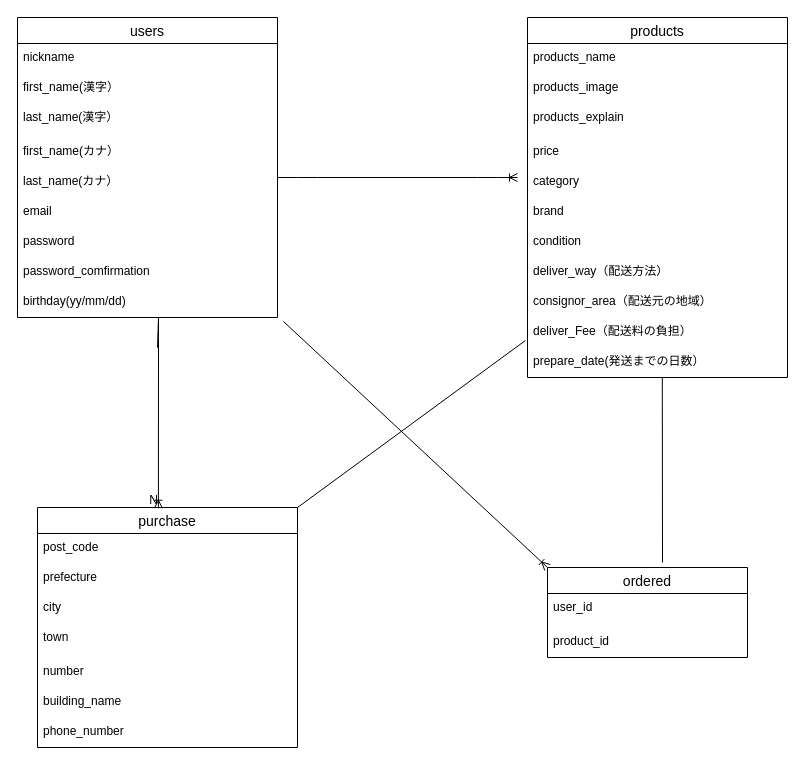
This is er.dio from ryo-yamane/furima-34536, a draw.io file, before an edit. Source tidied: cells renumbered, new cells numbered last; positions are measured from the earlier drawing's top-left corner, leaving out a move shared by most shapes. Both pictures are drawn from the tidied source at 100%, with x=0, y=0 at pixel (17, 17).
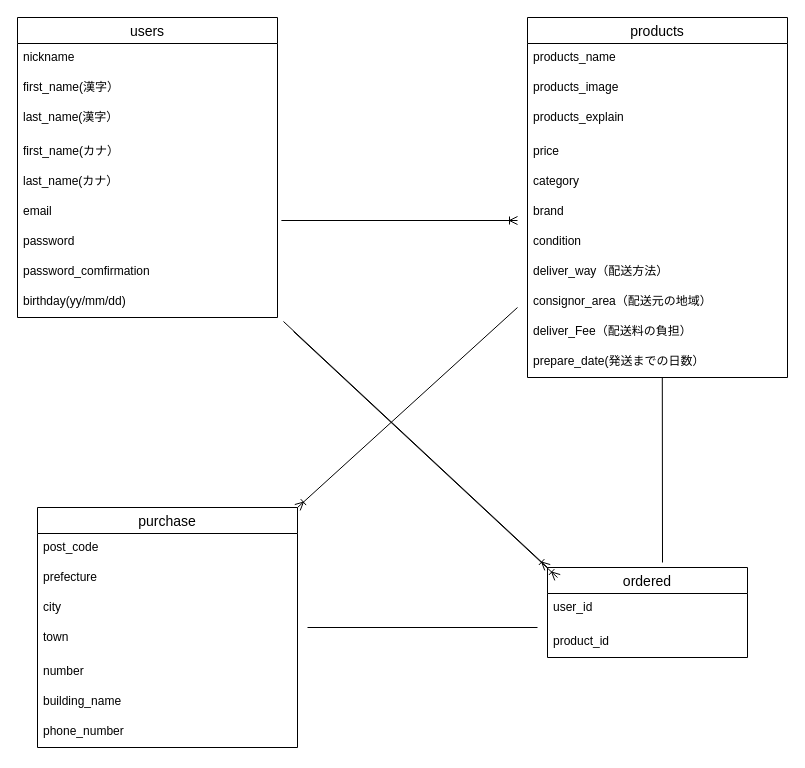
The same diagram, later.

Unchanged cells that the change refers to:
```xml
<mxCell id="8" value="email" style="text;strokeColor=none;fillColor=none;spacingLeft=4;spacingRight=4;overflow=hidden;points=[[0,0.5],[1,0.5]];portConstraint=eastwest;fontSize=12;" parent="2" vertex="1">
  <mxGeometry y="180" width="260" height="30" as="geometry" />
</mxCell>
<mxCell id="22" value="deliver_Fee（配送料の負担）" style="text;strokeColor=none;fillColor=none;spacingLeft=4;spacingRight=4;overflow=hidden;points=[[0,0.5],[1,0.5]];portConstraint=eastwest;fontSize=12;" parent="12" vertex="1">
  <mxGeometry y="300" width="260" height="30" as="geometry" />
</mxCell>
<mxCell id="24" value="purchase" style="swimlane;fontStyle=0;horizontal=1;startSize=26;align=center;fontSize=14;" parent="1" vertex="1">
  <mxGeometry x="20" y="490" width="260" height="240" as="geometry" />
</mxCell>
```

What changed in the source:
```diff
@@
-    <mxCell id="32" style="edgeStyle=entityRelationEdgeStyle;fontSize=12;html=1;endArrow=ERoneToMany;" parent="1" edge="1">
-      <mxGeometry relative="1" as="geometry">
-        <mxPoint x="260" y="160" as="sourcePoint" />
-        <mxPoint x="500" y="160" as="targetPoint" />
-      </mxGeometry>
-    </mxCell>
@@
-    <mxCell id="36" style="endArrow=ERoneToMany;html=1;rounded=0;endFill=0;entryX=0.465;entryY=0.003;entryDx=0;entryDy=0;entryPerimeter=0;" parent="1" edge="1" target="24">
-      <mxGeometry relative="1" as="geometry">
-        <mxPoint x="140" y="330" as="sourcePoint" />
-        <Array as="points">
-          <mxPoint x="141" y="300" />
-          <mxPoint x="141" y="320" />
-        </Array>
-      </mxGeometry>
-    </mxCell>
-    <mxCell id="37" value="N" style="html=1;align=right;verticalAlign=bottom;" parent="36" vertex="1">
-      <mxGeometry x="1" relative="1" as="geometry" />
-    </mxCell>
@@
-    <mxCell id="39" style="endArrow=none;html=1;rounded=0;entryX=1;entryY=0;entryDx=0;entryDy=0;exitX=-0.008;exitY=0.767;exitDx=0;exitDy=0;exitPerimeter=0;" parent="1" edge="1" source="22" target="24">
-      <mxGeometry relative="1" as="geometry" />
-    </mxCell>
@@
+    <mxCell id="41" style="endArrow=none;html=1;rounded=0;" parent="1" edge="1">
+      <mxGeometry relative="1" as="geometry">
+        <mxPoint x="520" y="610" as="sourcePoint" />
+        <mxPoint x="290" y="610" as="targetPoint" />
+      </mxGeometry>
+    </mxCell>
+    <mxCell id="42" style="endArrow=ERoneToMany;html=1;rounded=0;entryX=0;entryY=0;entryDx=0;entryDy=0;exitX=1.023;exitY=1.133;exitDx=0;exitDy=0;exitPerimeter=0;endFill=0;" parent="1" edge="1">
+      <mxGeometry relative="1" as="geometry">
+        <mxPoint x="276" y="314" as="sourcePoint" />
+        <mxPoint x="540" y="560" as="targetPoint" />
+      </mxGeometry>
+    </mxCell>
+    <mxCell id="43" style="endArrow=ERoneToMany;html=1;rounded=0;exitX=1.015;exitY=0.767;exitDx=0;exitDy=0;exitPerimeter=0;endFill=0;" parent="1" edge="1" source="8">
+      <mxGeometry relative="1" as="geometry">
+        <mxPoint x="500" y="203" as="targetPoint" />
+      </mxGeometry>
+    </mxCell>
+    <mxCell id="44" style="endArrow=ERoneToMany;html=1;rounded=0;entryX=1;entryY=0;entryDx=0;entryDy=0;endFill=0;" parent="1" edge="1" target="24">
+      <mxGeometry relative="1" as="geometry">
+        <mxPoint x="500" y="290" as="sourcePoint" />
+      </mxGeometry>
+    </mxCell>
```
